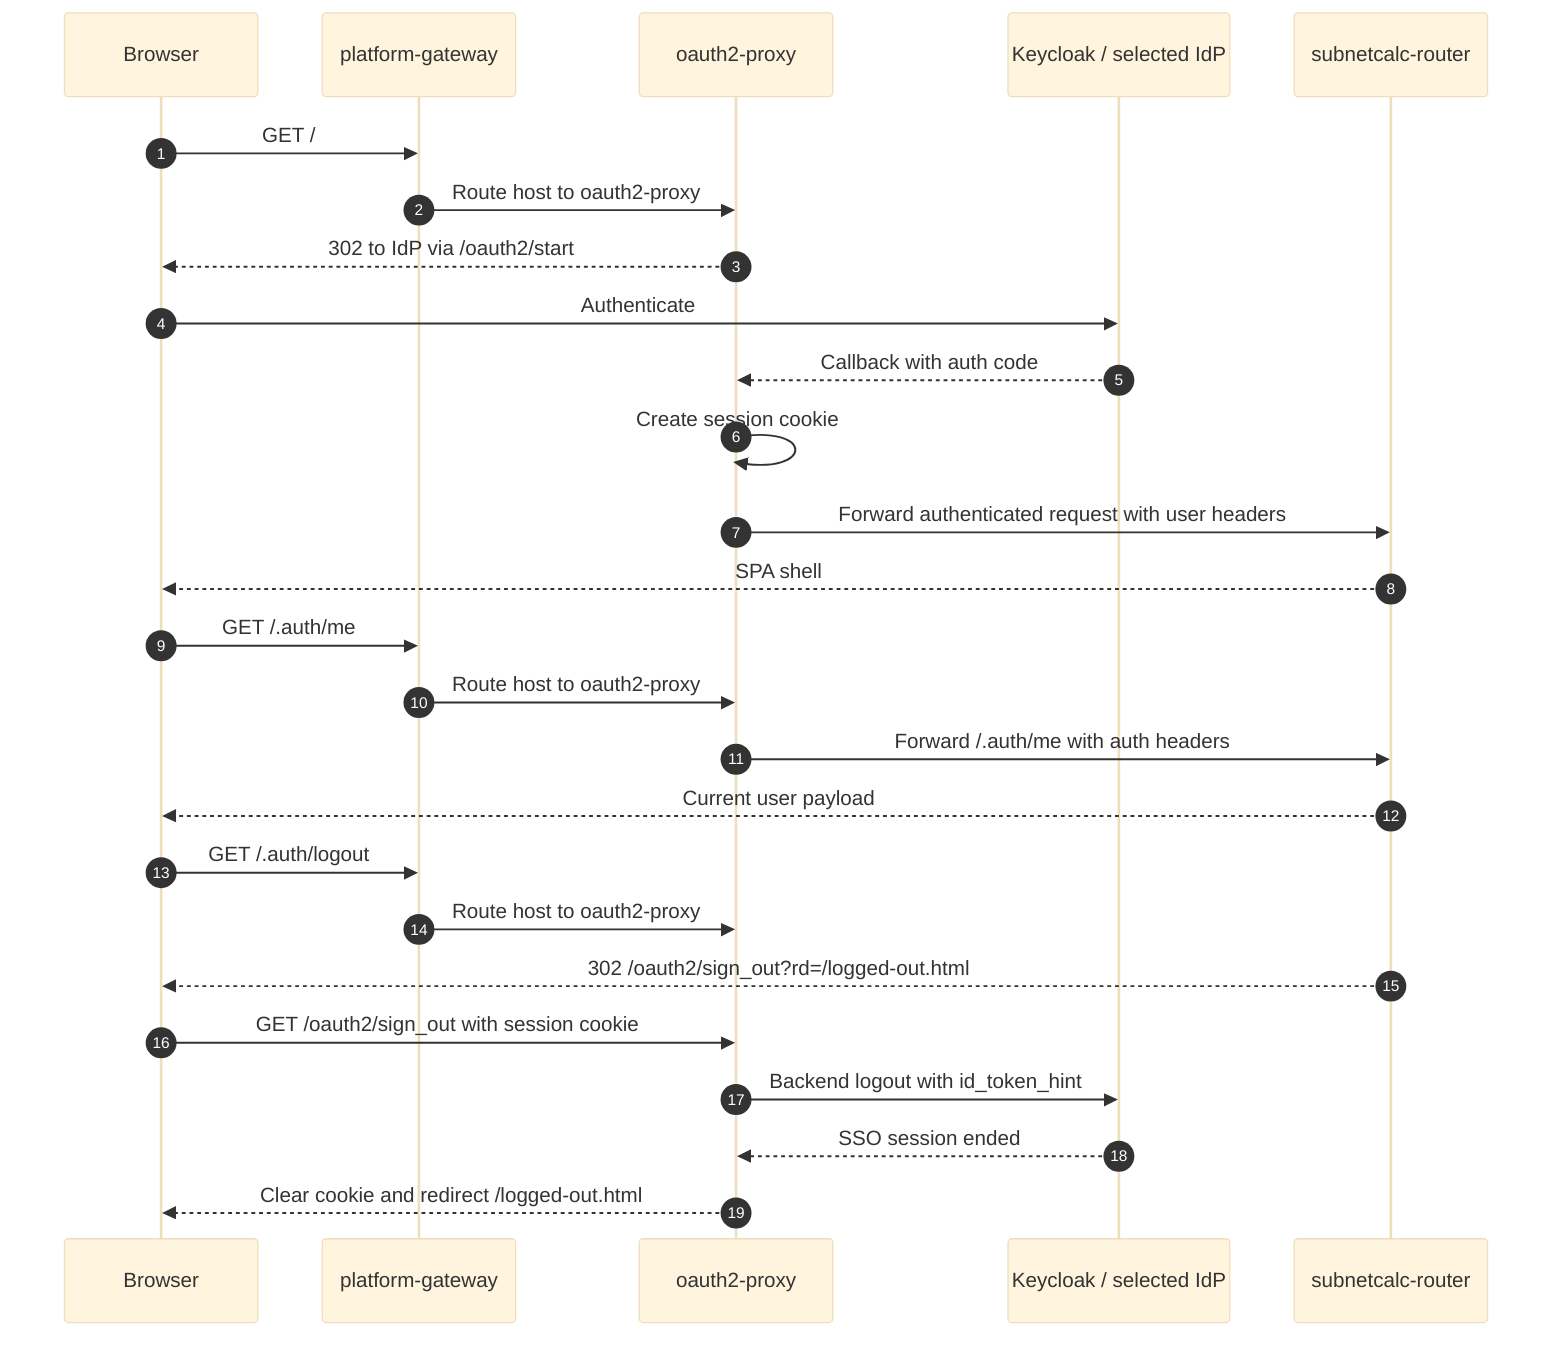
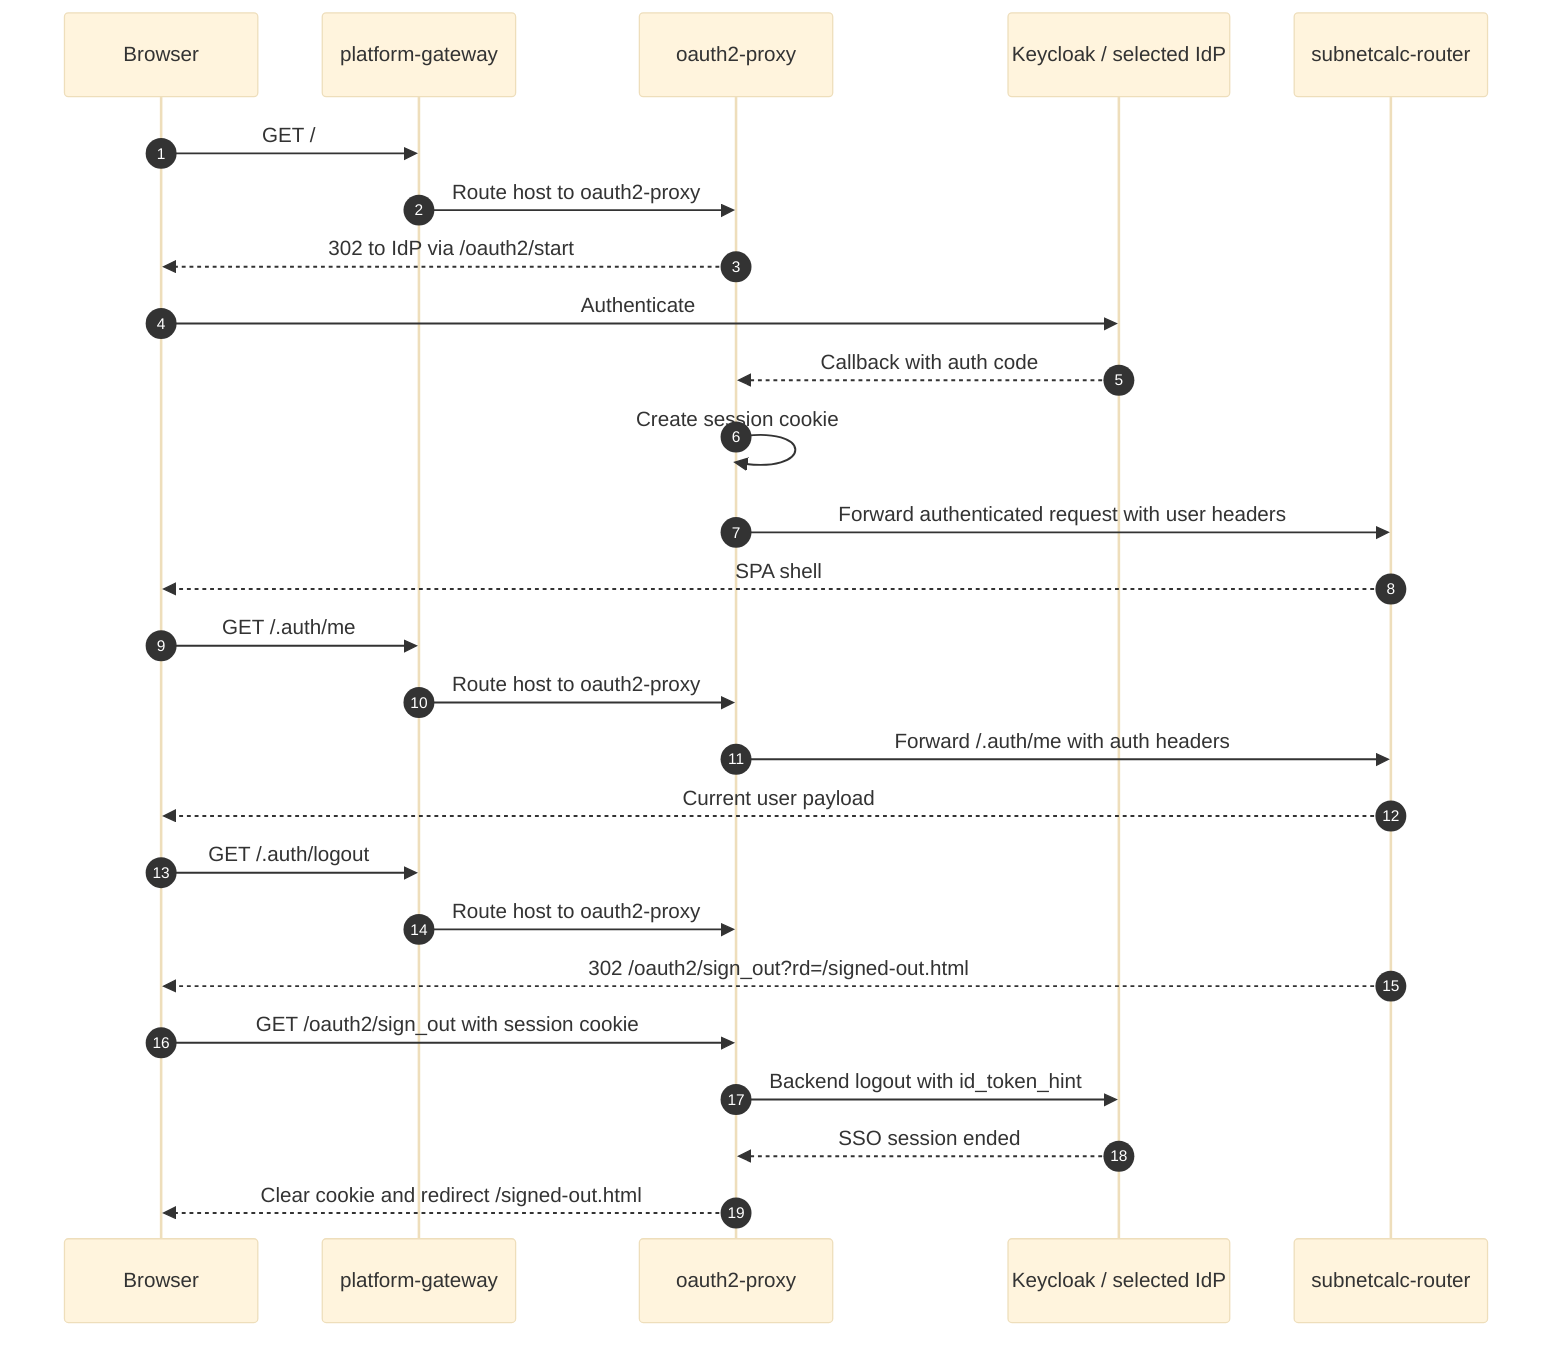
%%{init: {"theme": "base", "themeVariables": {"background": "#ffffff"}}}%%
sequenceDiagram
    autonumber
    participant Browser as Browser
    participant Gateway as platform-gateway
    participant OAuth as oauth2-proxy
    participant IdP as Keycloak / selected IdP
    participant Router as subnetcalc-router

    Browser->>Gateway: GET /
    Gateway->>OAuth: Route host to oauth2-proxy
    OAuth-->>Browser: 302 to IdP via /oauth2/start
    Browser->>IdP: Authenticate
    IdP-->>OAuth: Callback with auth code
    OAuth->>OAuth: Create session cookie
    OAuth->>Router: Forward authenticated request with user headers
    Router-->>Browser: SPA shell
    Browser->>Gateway: GET /.auth/me
    Gateway->>OAuth: Route host to oauth2-proxy
    OAuth->>Router: Forward /.auth/me with auth headers
    Router-->>Browser: Current user payload
    Browser->>Gateway: GET /.auth/logout
    Gateway->>OAuth: Route host to oauth2-proxy
-     Router-->>Browser: 302 /oauth2/sign_out?rd=/logged-out.html
+     Router-->>Browser: 302 /oauth2/sign_out?rd=/signed-out.html
    Browser->>OAuth: GET /oauth2/sign_out with session cookie
    OAuth->>IdP: Backend logout with id_token_hint
    IdP-->>OAuth: SSO session ended
-     OAuth-->>Browser: Clear cookie and redirect /logged-out.html
+     OAuth-->>Browser: Clear cookie and redirect /signed-out.html
